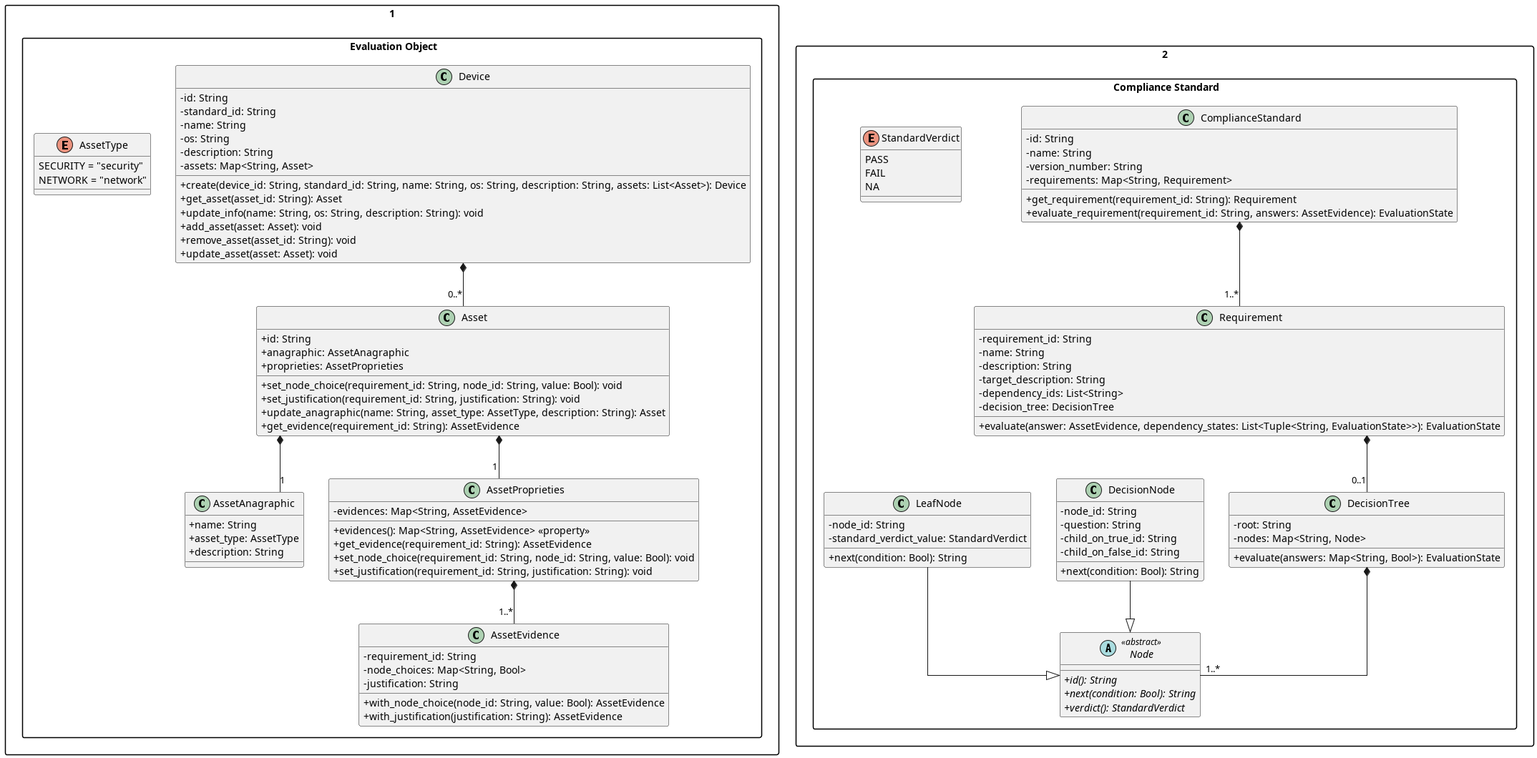
GroupRubberDuck/Documentazione keeps this PlantUML diagram as src/PB/DocumentazioneEsterna/Specifica_Tecnica/content/05-diagrammi-classi/uml/png/Dominio/Modello_di_Dominio_1.png. Above is the earlier version. Source of this version:
```plantuml
@startuml Modello_di_Dominio_1
skinparam linetype ortho
skinparam packageStyle rectangle

package "1. Evaluation Object" {
    !include Device.puml
    !include AssetAnagraphic.puml
    !include AssetType.puml
    !include Asset.puml
    !include AssetProprieties.puml
    !include AssetEvidence.puml
}

package "2. Compliance Standard" {
    !include ComplianceStandard.puml
    !include DecisionNode.puml
    !include Node.puml
    !include LeafNode.puml
    !include DecisionTree.puml
    !include Requirement.puml
    !include StandardVerdict.puml
}

@enduml
```
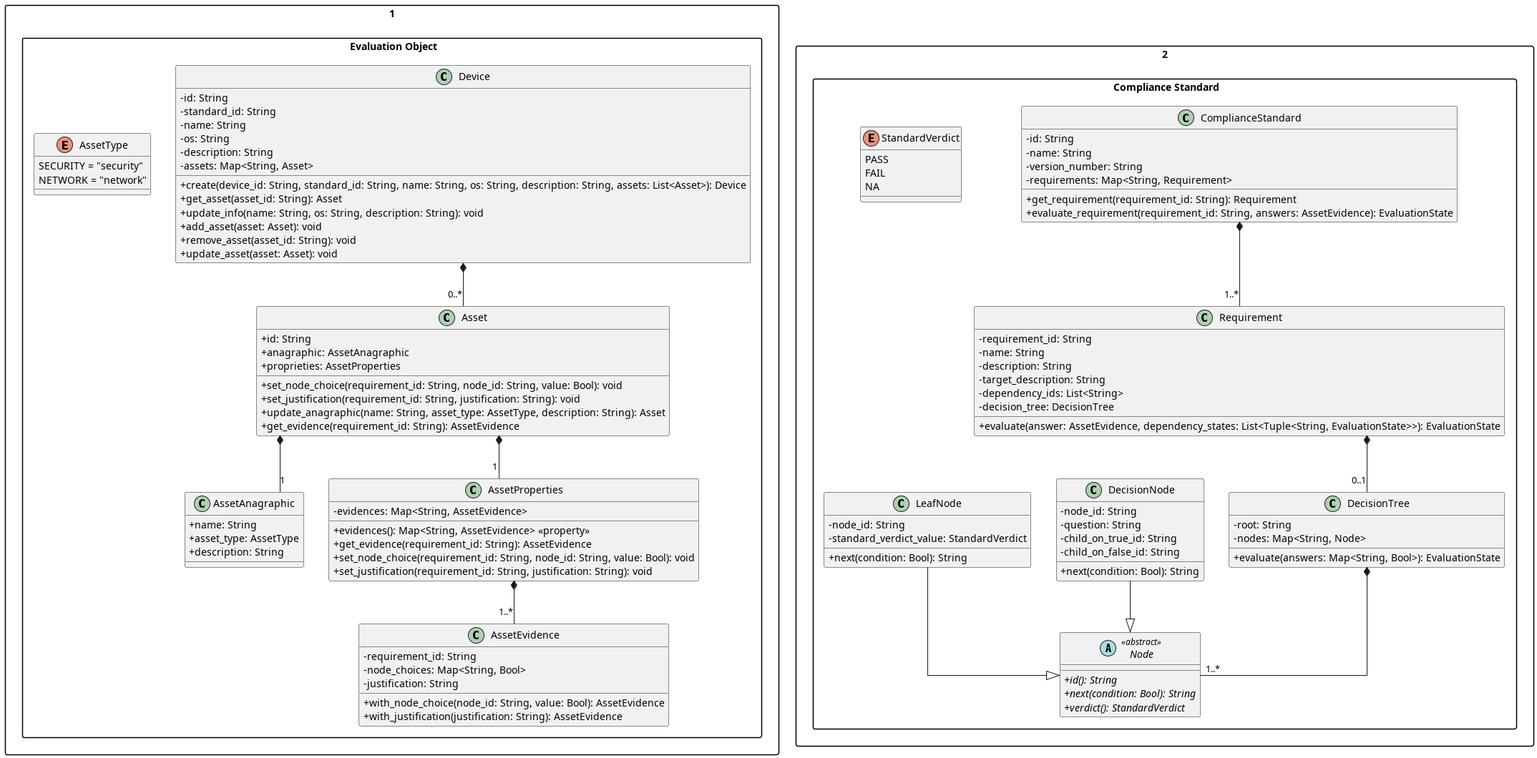
After the change.

What changed in the source:
```diff
@@ -7,7 +7,7 @@
     !include AssetAnagraphic.puml
     !include AssetType.puml
     !include Asset.puml
-    !include AssetProprieties.puml
+    !include AssetProperties.puml
     !include AssetEvidence.puml
 }
 
```
